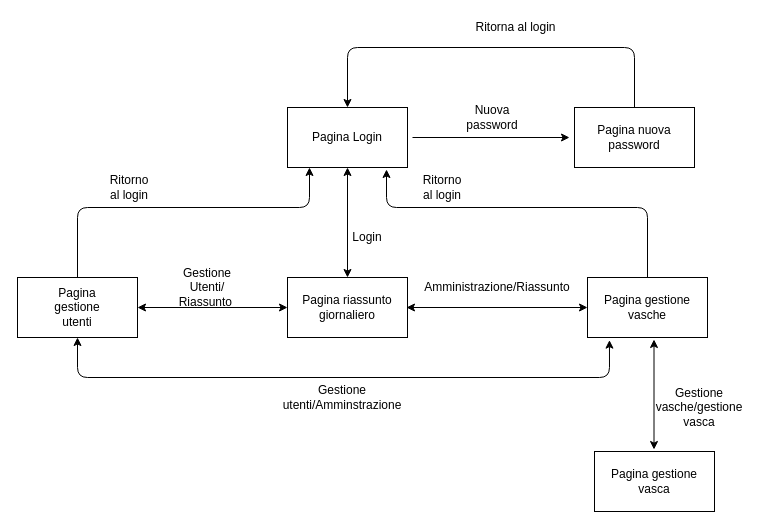
Before: Progettazione/Architettura/DesignArchitetturaSistema.drawio in mattiaruberto/GestioneAcquariMarini, a draw.io diagram. Source tidied: cells renumbered, new cells numbered last; positions are measured from the earlier drawing's top-left corner, leaving out a move shared by most shapes. Both pictures are drawn from the tidied source at 100%, with x=0, y=0 at pixel (17, 17).
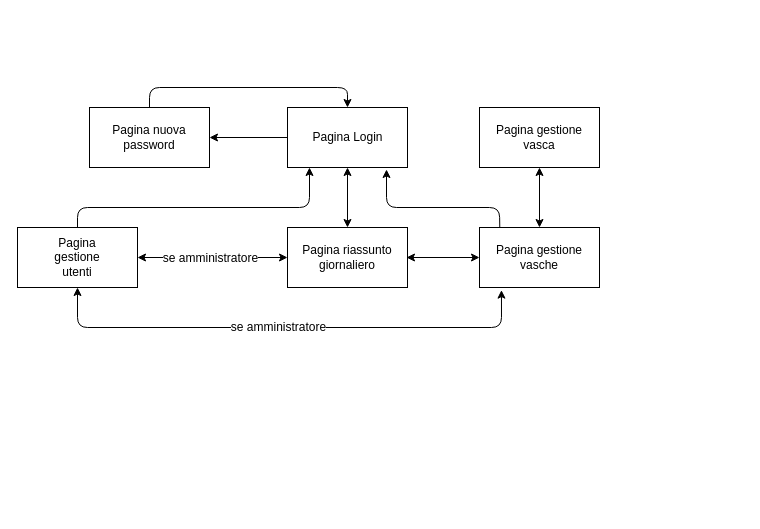
After the change.

Unchanged cells that the change refers to:
```xml
<mxCell id="2" style="rounded=0;whiteSpace=wrap;html=1;" parent="1" vertex="1">
  <mxGeometry x="270" y="90" width="120" height="60" as="geometry" />
</mxCell>
<mxCell id="12" style="endArrow=classic;startArrow=classic;html=1;entryX=0.1;entryY=0.5;entryDx=0;entryDy=0;entryPerimeter=0;exitX=1;exitY=0.5;exitDx=0;exitDy=0;" parent="1" edge="1" source="10" target="5">
  <mxGeometry relative="1" as="geometry" />
</mxCell>
```

The edit, as a diff of the source:
```diff
@@
     <mxCell id="3" value="Pagina Login" style="text;html=1;strokeColor=none;fillColor=none;align=center;verticalAlign=middle;whiteSpace=wrap;rounded=0;" parent="1" vertex="1">
-      <mxGeometry x="265" y="110" width="130" height="20" as="geometry" />
+      <mxGeometry x="282" y="110" width="97" height="20" as="geometry" />
     </mxCell>
     <mxCell id="4" style="rounded=0;whiteSpace=wrap;html=1;" parent="1" vertex="1">
-      <mxGeometry x="270" y="260" width="120" height="60" as="geometry" />
+      <mxGeometry x="270" y="210" width="120" height="60" as="geometry" />
     </mxCell>
     <mxCell id="5" value="Pagina riassunto giornaliero" style="text;html=1;strokeColor=none;fillColor=none;align=center;verticalAlign=middle;whiteSpace=wrap;rounded=0;" parent="1" vertex="1">
-      <mxGeometry x="255" y="280" width="150" height="20" as="geometry" />
+      <mxGeometry x="255" y="230" width="150" height="20" as="geometry" />
     </mxCell>
@@
     <mxCell id="7" style="rounded=0;whiteSpace=wrap;html=1;" parent="1" vertex="1">
-      <mxGeometry x="570" y="260" width="120" height="60" as="geometry" />
+      <mxGeometry x="462" y="210" width="120" height="60" as="geometry" />
     </mxCell>
     <mxCell id="8" value="Pagina gestione vasche" style="text;html=1;strokeColor=none;fillColor=none;align=center;verticalAlign=middle;whiteSpace=wrap;rounded=0;" parent="1" vertex="1">
-      <mxGeometry x="579" y="280" width="102" height="20" as="geometry" />
+      <mxGeometry x="471" y="230" width="102" height="20" as="geometry" />
     </mxCell>
     <mxCell id="9" style="endArrow=classic;startArrow=classic;html=1;entryX=0;entryY=0.5;entryDx=0;entryDy=0;" parent="1" edge="1" target="7">
       <mxGeometry relative="1" as="geometry">
-        <mxPoint x="389" y="290" as="sourcePoint" />
+        <mxPoint x="389" y="240" as="sourcePoint" />
       </mxGeometry>
     </mxCell>
     <mxCell id="10" style="rounded=0;whiteSpace=wrap;html=1;" parent="1" vertex="1">
-      <mxGeometry y="260" width="120" height="60" as="geometry" />
+      <mxGeometry y="210" width="120" height="60" as="geometry" />
     </mxCell>
     <mxCell id="11" value="Pagina gestione utenti" style="text;html=1;strokeColor=none;fillColor=none;align=center;verticalAlign=middle;whiteSpace=wrap;rounded=0;" parent="1" vertex="1">
-      <mxGeometry x="20" y="280" width="80" height="20" as="geometry" />
+      <mxGeometry x="20" y="230" width="80" height="20" as="geometry" />
     </mxCell>
@@
+    <mxCell id="32" value="se amministratore" style="text;html=1;align=center;verticalAlign=middle;labelBackgroundColor=#ffffff;" parent="12" vertex="1">
+      <mxGeometry x="-0.36" y="-3" relative="1" as="geometry">
+        <mxPoint x="24" y="-3" as="offset" />
+      </mxGeometry>
+    </mxCell>
@@
-    <mxCell id="14" style="endArrow=classic;html=1;exitX=0.5;exitY=0;exitDx=0;exitDy=0;" parent="1" edge="1" source="7">
+    <mxCell id="14" style="endArrow=classic;html=1;exitX=0.169;exitY=-0.007;exitDx=0;exitDy=0;exitPerimeter=0;" parent="1" edge="1" source="7">
       <mxGeometry relative="1" as="geometry">
         <mxPoint x="369" y="152" as="targetPoint" />
         <Array as="points">
-          <mxPoint x="630" y="190" />
+          <mxPoint x="482" y="190" />
           <mxPoint x="369" y="190" />
         </Array>
       </mxGeometry>
     </mxCell>
     <mxCell id="15" style="endArrow=classic;startArrow=classic;html=1;entryX=0.5;entryY=1;entryDx=0;entryDy=0;exitX=0.183;exitY=1.044;exitDx=0;exitDy=0;exitPerimeter=0;" parent="1" edge="1" source="7" target="10">
       <mxGeometry relative="1" as="geometry">
         <Array as="points">
-          <mxPoint x="592" y="360" />
-          <mxPoint x="60" y="360" />
+          <mxPoint x="484" y="310" />
+          <mxPoint x="60" y="310" />
         </Array>
       </mxGeometry>
     </mxCell>
-    <mxCell id="16" value="Login" style="text;html=1;strokeColor=none;fillColor=none;align=center;verticalAlign=middle;whiteSpace=wrap;rounded=0;" parent="1" vertex="1">
-      <mxGeometry x="330" y="210" width="40" height="20" as="geometry" />
-    </mxCell>
-    <mxCell id="17" value="Ritorno al login" style="text;html=1;strokeColor=none;fillColor=none;align=center;verticalAlign=middle;whiteSpace=wrap;rounded=0;" parent="1" vertex="1">
-      <mxGeometry x="92" y="160" width="40" height="20" as="geometry" />
-    </mxCell>
-    <mxCell id="18" value="Gestione Utenti/&lt;br&gt;Riassunto&amp;nbsp;" style="text;html=1;strokeColor=none;fillColor=none;align=center;verticalAlign=middle;whiteSpace=wrap;rounded=0;" parent="1" vertex="1">
-      <mxGeometry x="170" y="260" width="40" height="20" as="geometry" />
-    </mxCell>
-    <mxCell id="19" value="Amministrazione/Riassunto" style="text;html=1;strokeColor=none;fillColor=none;align=center;verticalAlign=middle;whiteSpace=wrap;rounded=0;" parent="1" vertex="1">
-      <mxGeometry x="460" y="260" width="40" height="20" as="geometry" />
-    </mxCell>
-    <mxCell id="20" value="Gestione utenti/Amminstrazione" style="text;html=1;strokeColor=none;fillColor=none;align=center;verticalAlign=middle;whiteSpace=wrap;rounded=0;" parent="1" vertex="1">
-      <mxGeometry x="305" y="370" width="40" height="20" as="geometry" />
-    </mxCell>
+    <mxCell id="33" value="se amministratore" style="text;html=1;align=center;verticalAlign=middle;labelBackgroundColor=#ffffff;" parent="15" vertex="1">
+      <mxGeometry x="0.04" y="-1" relative="1" as="geometry" />
+    </mxCell>
     <mxCell id="21" style="rounded=0;whiteSpace=wrap;html=1;" parent="1" vertex="1">
-      <mxGeometry x="557" y="90" width="120" height="60" as="geometry" />
+      <mxGeometry x="72" y="90" width="120" height="60" as="geometry" />
     </mxCell>
     <mxCell id="22" value="Pagina nuova password" style="text;html=1;strokeColor=none;fillColor=none;align=center;verticalAlign=middle;whiteSpace=wrap;rounded=0;" parent="1" vertex="1">
-      <mxGeometry x="552" y="110" width="130" height="20" as="geometry" />
+      <mxGeometry x="87" y="110" width="90" height="20" as="geometry" />
     </mxCell>
-    <mxCell id="23" style="endArrow=classic;html=1;exitX=1;exitY=0.5;exitDx=0;exitDy=0;entryX=0;entryY=0.5;entryDx=0;entryDy=0;" parent="1" edge="1" source="3" target="22">
+    <mxCell id="23" style="endArrow=classic;html=1;entryX=1;entryY=0.5;entryDx=0;entryDy=0;exitX=0;exitY=0.5;exitDx=0;exitDy=0;" parent="1" edge="1" source="2" target="21">
       <mxGeometry relative="1" as="geometry" />
     </mxCell>
-    <mxCell id="24" value="Ritorno al login" style="text;html=1;strokeColor=none;fillColor=none;align=center;verticalAlign=middle;whiteSpace=wrap;rounded=0;" parent="1" vertex="1">
-      <mxGeometry x="405" y="160" width="40" height="20" as="geometry" />
-    </mxCell>
-    <mxCell id="25" value="Nuova password&lt;br&gt;" style="text;html=1;strokeColor=none;fillColor=none;align=center;verticalAlign=middle;whiteSpace=wrap;rounded=0;" parent="1" vertex="1">
-      <mxGeometry x="455" y="90" width="40" height="20" as="geometry" />
-    </mxCell>
     <mxCell id="26" style="endArrow=classic;html=1;exitX=0.5;exitY=0;exitDx=0;exitDy=0;entryX=0.5;entryY=0;entryDx=0;entryDy=0;" parent="1" edge="1" source="21" target="2">
       <mxGeometry relative="1" as="geometry">
         <Array as="points">
-          <mxPoint x="617" y="30" />
-          <mxPoint x="330" y="30" />
+          <mxPoint x="132" y="70" />
+          <mxPoint x="330" y="70" />
         </Array>
       </mxGeometry>
     </mxCell>
-    <mxCell id="27" value="Ritorna al login" style="text;html=1;strokeColor=none;fillColor=none;align=center;verticalAlign=middle;whiteSpace=wrap;rounded=0;" parent="1" vertex="1">
-      <mxGeometry x="455" width="87" height="20" as="geometry" />
-    </mxCell>
     <mxCell id="28" style="rounded=0;whiteSpace=wrap;html=1;" parent="1" vertex="1">
-      <mxGeometry x="577" y="434" width="120" height="60" as="geometry" />
+      <mxGeometry x="462" y="90" width="120" height="60" as="geometry" />
     </mxCell>
     <mxCell id="29" value="Pagina gestione vasca" style="text;html=1;strokeColor=none;fillColor=none;align=center;verticalAlign=middle;whiteSpace=wrap;rounded=0;" parent="1" vertex="1">
-      <mxGeometry x="582" y="454" width="110" height="20" as="geometry" />
+      <mxGeometry x="467" y="110" width="110" height="20" as="geometry" />
     </mxCell>
-    <mxCell id="30" style="endArrow=classic;startArrow=classic;html=1;entryX=0.5;entryY=1;entryDx=0;entryDy=0;exitX=0.5;exitY=0;exitDx=0;exitDy=0;" parent="1" edge="1">
+    <mxCell id="30" style="endArrow=classic;startArrow=classic;html=1;entryX=0.5;entryY=1;entryDx=0;entryDy=0;" parent="1" edge="1">
       <mxGeometry relative="1" as="geometry">
-        <mxPoint x="636.5" y="432" as="sourcePoint" />
-        <mxPoint x="636.5" y="322" as="targetPoint" />
+        <mxPoint x="522" y="210" as="sourcePoint" />
+        <mxPoint x="522" y="150" as="targetPoint" />
       </mxGeometry>
     </mxCell>
-    <mxCell id="31" value="Gestione vasche/gestione vasca" style="text;html=1;strokeColor=none;fillColor=none;align=center;verticalAlign=middle;whiteSpace=wrap;rounded=0;" parent="1" vertex="1">
-      <mxGeometry x="662" y="380" width="40" height="20" as="geometry" />
-    </mxCell>
```
